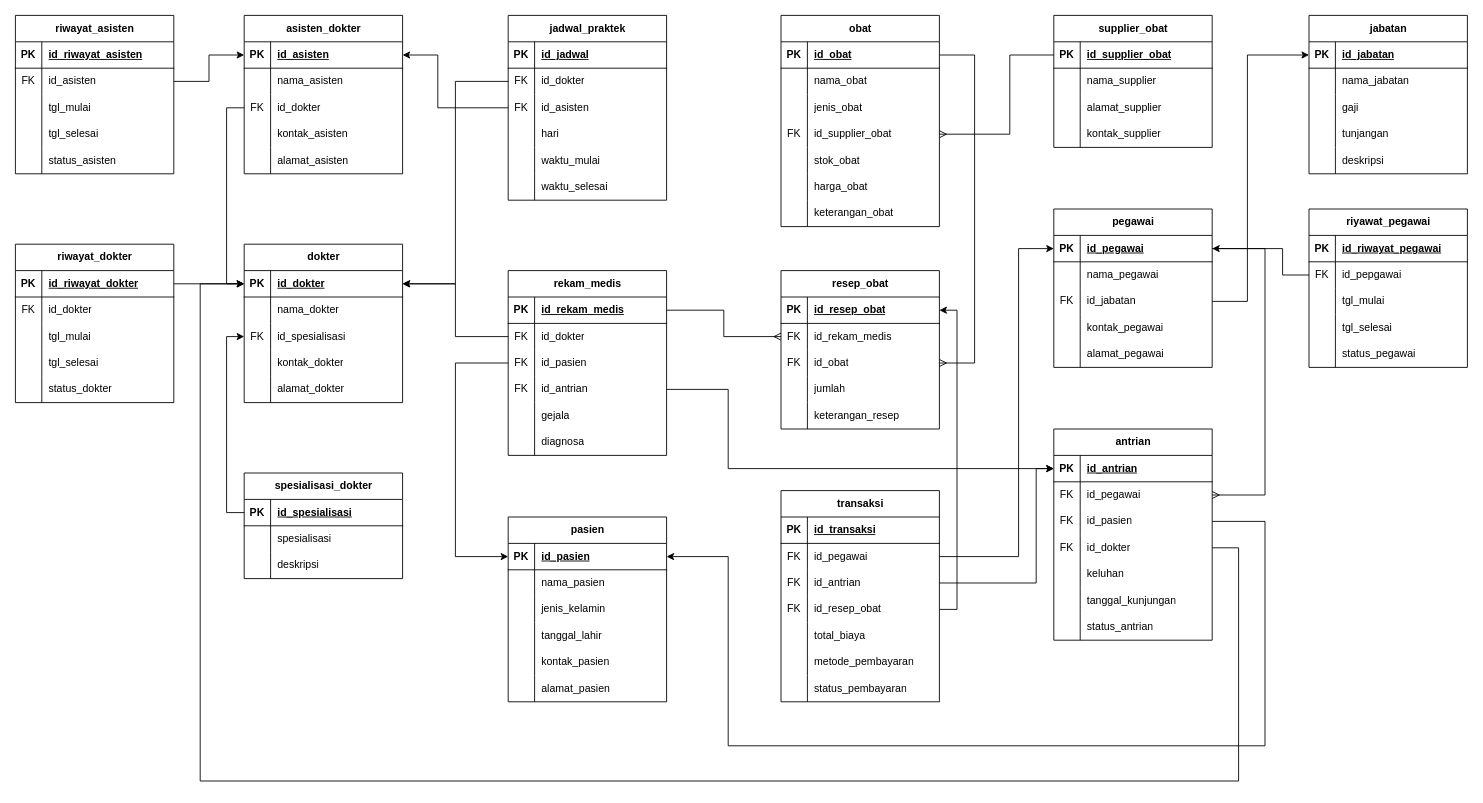
elikawicaksana/BuildIT_BasisData keeps this draw.io diagram as PDM_Klinik.drawio. Above is the earlier version. Source tidied: cells renumbered, new cells numbered last; positions are measured from the earlier drawing's top-left corner, leaving out a move shared by most shapes. Both pictures are drawn from the tidied source at 88%, with x=0, y=0 at pixel (15, 15).
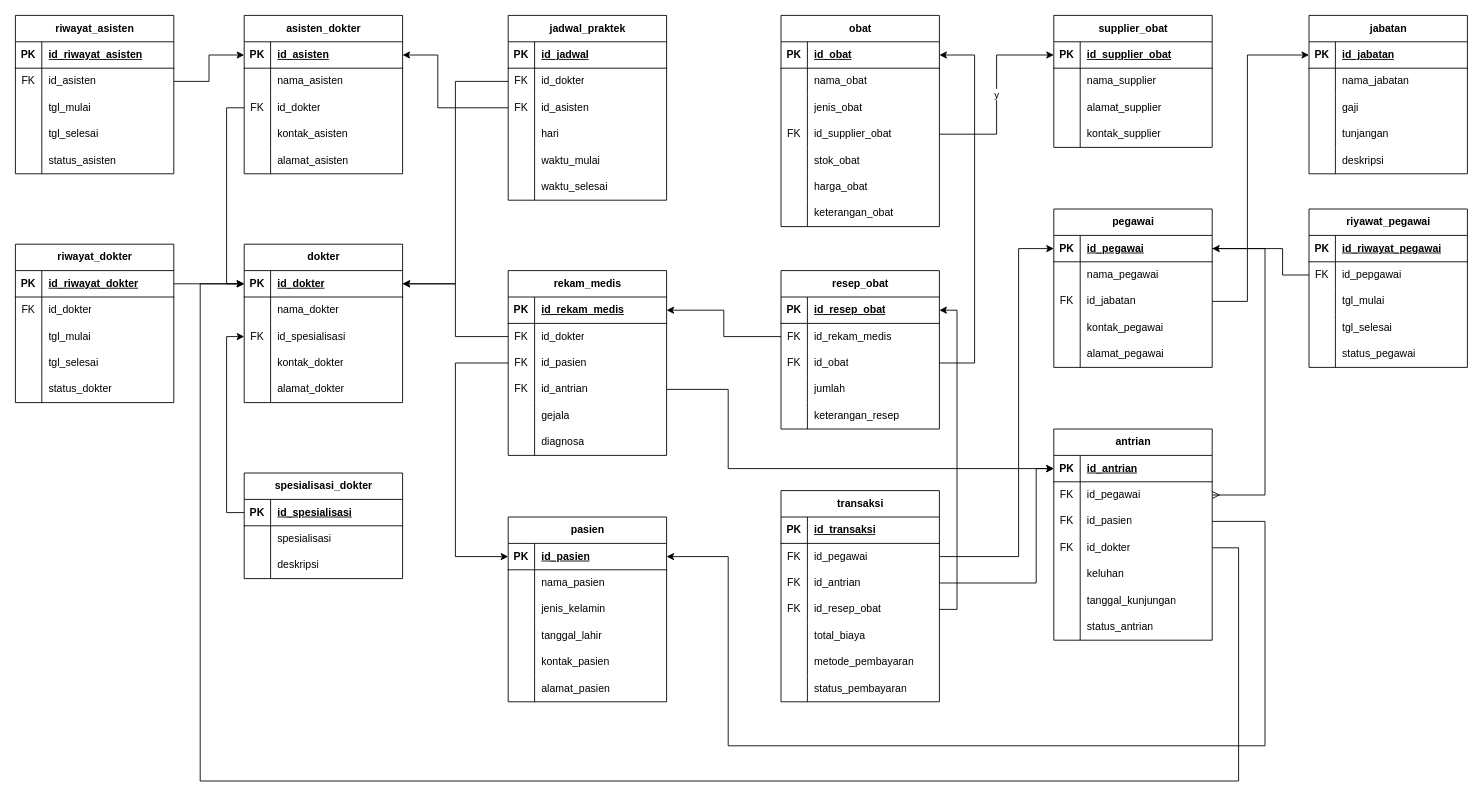
The same page after the edit.

Unchanged cells that the change refers to:
```xml
<mxCell id="115" style="shape=tableRow;horizontal=0;startSize=0;swimlaneHead=0;swimlaneBody=0;fillColor=none;points=[[0,0.5],[1,0.5]];portConstraint=eastwest;top=0;left=0;right=0;bottom=1;" parent="114" vertex="1">
  <mxGeometry y="30" width="180" height="30" as="geometry" />
</mxCell>
<mxCell id="156" style="shape=tableRow;horizontal=0;startSize=0;swimlaneHead=0;swimlaneBody=0;fillColor=none;points=[[0,0.5],[1,0.5]];portConstraint=eastwest;top=0;left=0;right=0;bottom=1;" parent="155" vertex="1">
  <mxGeometry y="30" width="180" height="30" as="geometry" />
</mxCell>
<mxCell id="165" style="shape=tableRow;horizontal=0;startSize=0;swimlaneHead=0;swimlaneBody=0;fillColor=none;points=[[0,0.5],[1,0.5]];portConstraint=eastwest;top=0;left=0;right=0;bottom=0;" parent="155" vertex="1">
  <mxGeometry y="120" width="180" height="30" as="geometry" />
</mxCell>
<mxCell id="178" style="shape=tableRow;horizontal=0;startSize=0;swimlaneHead=0;swimlaneBody=0;fillColor=none;points=[[0,0.5],[1,0.5]];portConstraint=eastwest;top=0;left=0;right=0;bottom=1;" parent="177" vertex="1">
  <mxGeometry y="30" width="180" height="30" as="geometry" />
</mxCell>
<mxCell id="194" style="shape=tableRow;horizontal=0;startSize=0;swimlaneHead=0;swimlaneBody=0;fillColor=none;points=[[0,0.5],[1,0.5]];portConstraint=eastwest;top=0;left=0;right=0;bottom=0;" parent="190" vertex="1">
  <mxGeometry y="60" width="180" height="30" as="geometry" />
</mxCell>
<mxCell id="197" style="shape=tableRow;horizontal=0;startSize=0;swimlaneHead=0;swimlaneBody=0;fillColor=none;points=[[0,0.5],[1,0.5]];portConstraint=eastwest;top=0;left=0;right=0;bottom=0;" parent="190" vertex="1">
  <mxGeometry y="90" width="180" height="30" as="geometry" />
</mxCell>
```

Change to the diagram source:
```diff
@@
-    <mxCell id="228" style="edgeStyle=orthogonalEdgeStyle;rounded=0;jettySize=auto;html=1;exitX=0;exitY=0.5;exitDx=0;exitDy=0;entryX=1;entryY=0.5;entryDx=0;entryDy=0;endArrow=ERmany;endFill=0;" parent="1" edge="1" source="178" target="165">
-      <mxGeometry relative="1" as="geometry">
-        <Array as="points">
-          <mxPoint x="1130" y="45" />
-          <mxPoint x="1130" y="135" />
-        </Array>
-      </mxGeometry>
-    </mxCell>
-    <mxCell id="229" style="edgeStyle=orthogonalEdgeStyle;rounded=0;jettySize=auto;html=1;exitX=1;exitY=0.5;exitDx=0;exitDy=0;entryX=0;entryY=0.5;entryDx=0;entryDy=0;endArrow=ERmany;endFill=0;" parent="1" edge="1" source="115" target="194">
-      <mxGeometry relative="1" as="geometry" />
-    </mxCell>
-    <mxCell id="230" style="edgeStyle=orthogonalEdgeStyle;rounded=0;jettySize=auto;html=1;exitX=1;exitY=0.5;exitDx=0;exitDy=0;entryX=1;entryY=0.5;entryDx=0;entryDy=0;endArrow=ERmany;endFill=0;" parent="1" edge="1" source="156" target="197">
-      <mxGeometry relative="1" as="geometry">
-        <Array as="points">
-          <mxPoint x="1090" y="45" />
-          <mxPoint x="1090" y="395" />
-        </Array>
-      </mxGeometry>
-    </mxCell>
@@
+    <mxCell id="296" style="edgeStyle=orthogonalEdgeStyle;rounded=0;jettySize=auto;html=1;entryX=1;entryY=0.5;entryDx=0;entryDy=0;" parent="1" edge="1" source="194" target="115">
+      <mxGeometry relative="1" as="geometry" />
+    </mxCell>
+    <mxCell id="297" style="edgeStyle=orthogonalEdgeStyle;rounded=0;jettySize=auto;html=1;entryX=1;entryY=0.5;entryDx=0;entryDy=0;" parent="1" edge="1" source="197" target="156">
+      <mxGeometry relative="1" as="geometry">
+        <Array as="points">
+          <mxPoint x="1090" y="395" />
+          <mxPoint x="1090" y="45" />
+        </Array>
+      </mxGeometry>
+    </mxCell>
+    <mxCell id="298" value="y" style="edgeStyle=orthogonalEdgeStyle;rounded=0;jettySize=auto;html=1;entryX=0;entryY=0.5;entryDx=0;entryDy=0;" parent="1" edge="1" source="165" target="178">
+      <mxGeometry relative="1" as="geometry" />
+    </mxCell>
```
